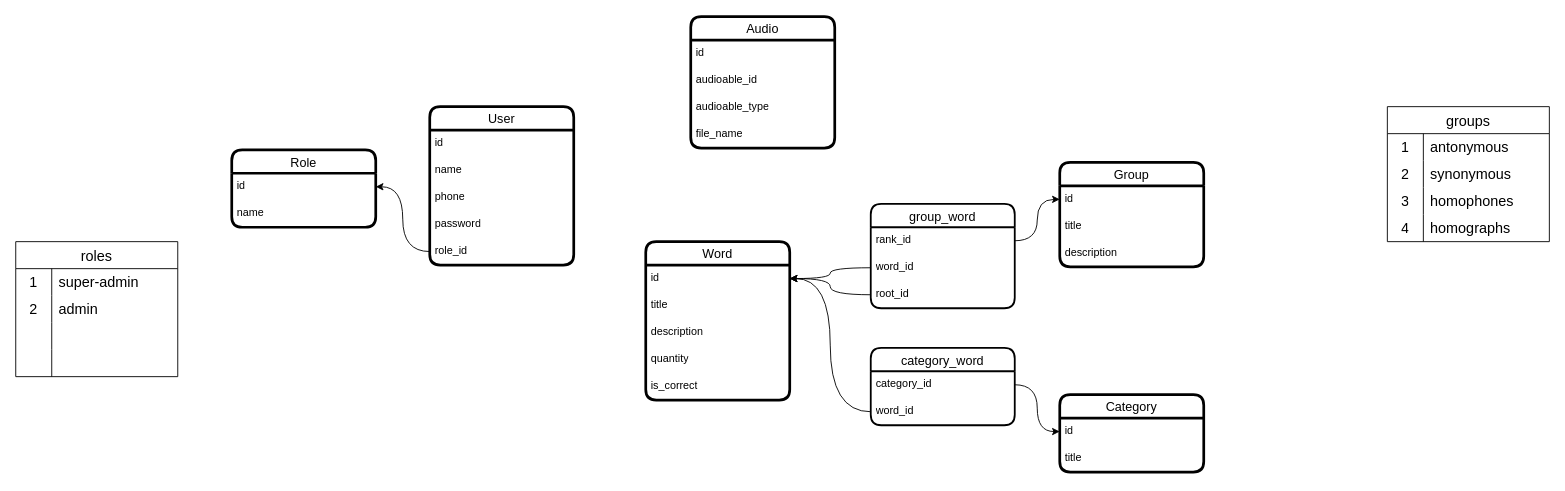
iztileuoff/databases keeps this draw.io diagram as ts-backend.drawio. Above is the earlier version. Source tidied: cells renumbered, new cells numbered last; positions are measured from the earlier drawing's top-left corner, leaving out a move shared by most shapes. Both pictures are drawn from the tidied source at 90%, with x=0, y=0 at pixel (15, 16).
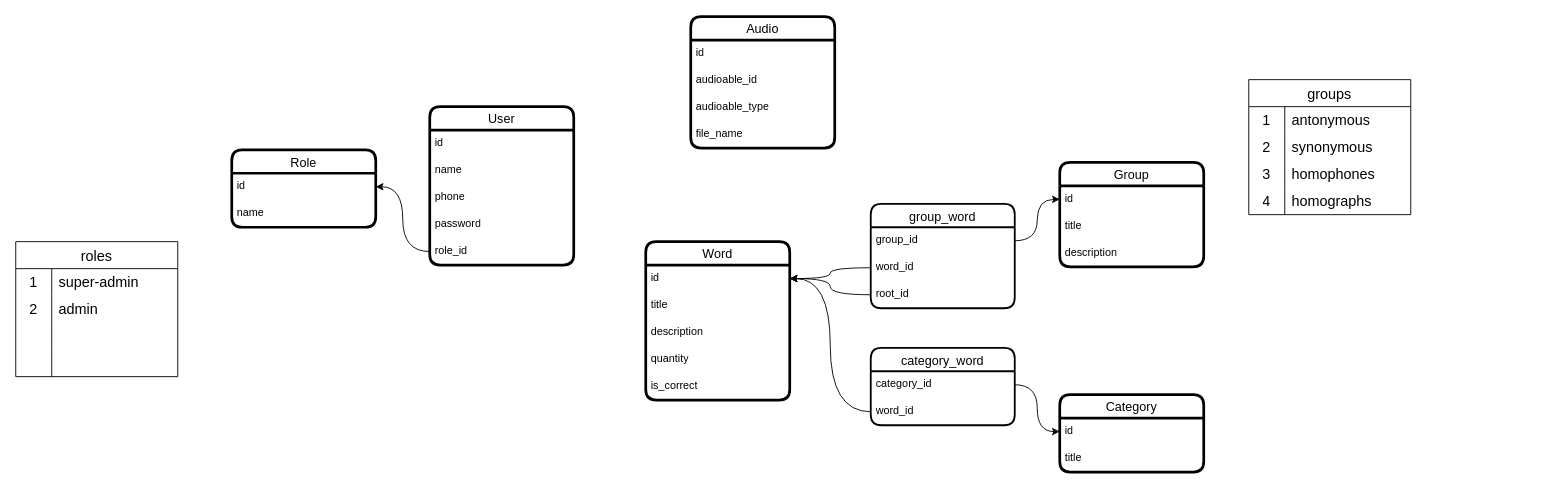
After the change.

The change refers to these unchanged cells:
```xml
<mxCell id="47" value="group_word" style="swimlane;fontStyle=0;horizontal=1;startSize=26;align=center;fontSize=14;rounded=1;strokeWidth=2;" parent="1" vertex="1">
  <mxGeometry x="950" y="208" width="160" height="116" as="geometry" />
</mxCell>
```

Change to the diagram source:
```diff
@@
-    <mxCell id="48" value="rank_id" style="text;strokeColor=none;fillColor=none;spacingLeft=4;spacingRight=4;overflow=hidden;points=[[0,0.5],[1,0.5]];portConstraint=eastwest;fontSize=12;whiteSpace=wrap;html=1;" parent="47" vertex="1">
+    <mxCell id="48" value="group_id" style="text;strokeColor=none;fillColor=none;spacingLeft=4;spacingRight=4;overflow=hidden;points=[[0,0.5],[1,0.5]];portConstraint=eastwest;fontSize=12;whiteSpace=wrap;html=1;" parent="47" vertex="1">
       <mxGeometry y="26" width="160" height="30" as="geometry" />
     </mxCell>
@@
     <mxCell id="54" value="groups" style="shape=table;startSize=30;childLayout=tableLayout;rowLines=0;fontStyle=0;strokeColor=default;fontSize=16;" parent="1" vertex="1">
-      <mxGeometry x="1524" y="100" width="180" height="150" as="geometry" />
+      <mxGeometry x="1370" y="70" width="180" height="150" as="geometry" />
     </mxCell>
```
